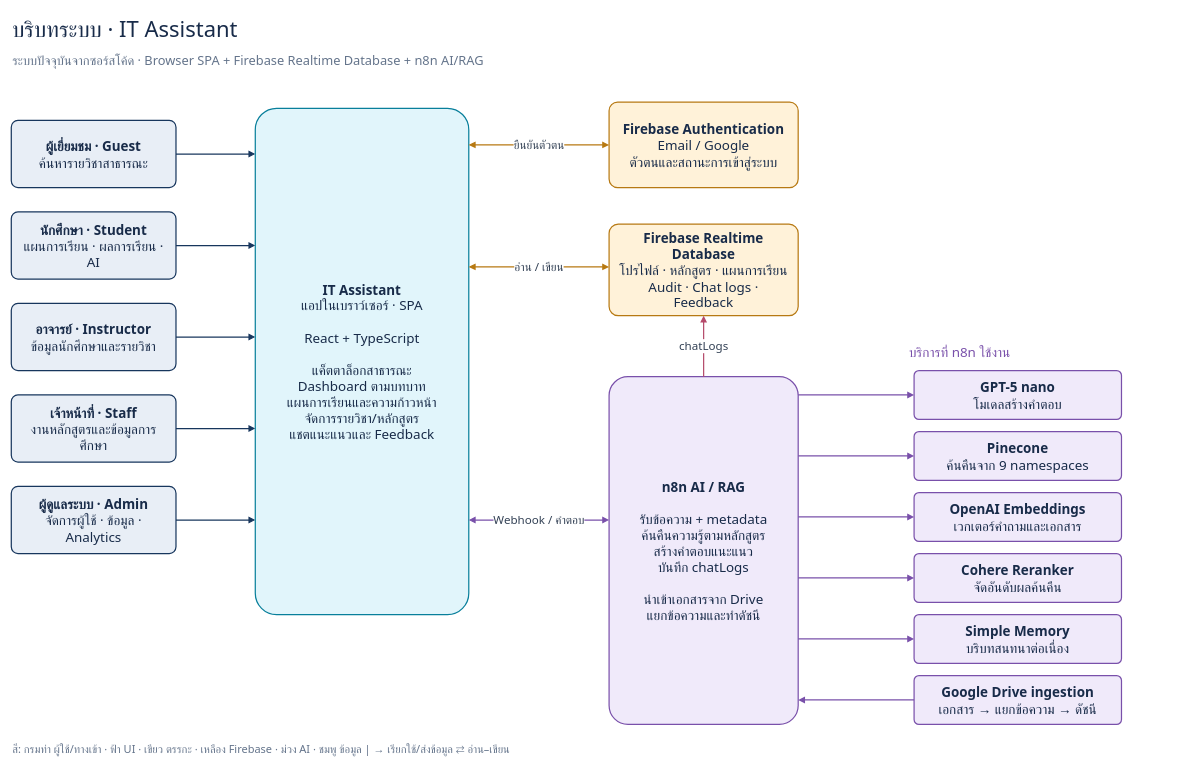
This is diagrams/diagrams2/context-diagram.drawio from kainapatkmutnb/it-course-chatbot-main, a draw.io file, before an edit. Source tidied: cells renumbered, new cells numbered last; positions are measured from the earlier drawing's top-left corner, leaving out a move shared by most shapes. Both pictures are drawn from the tidied source at 61%, with x=0, y=0 at pixel (11, 10).
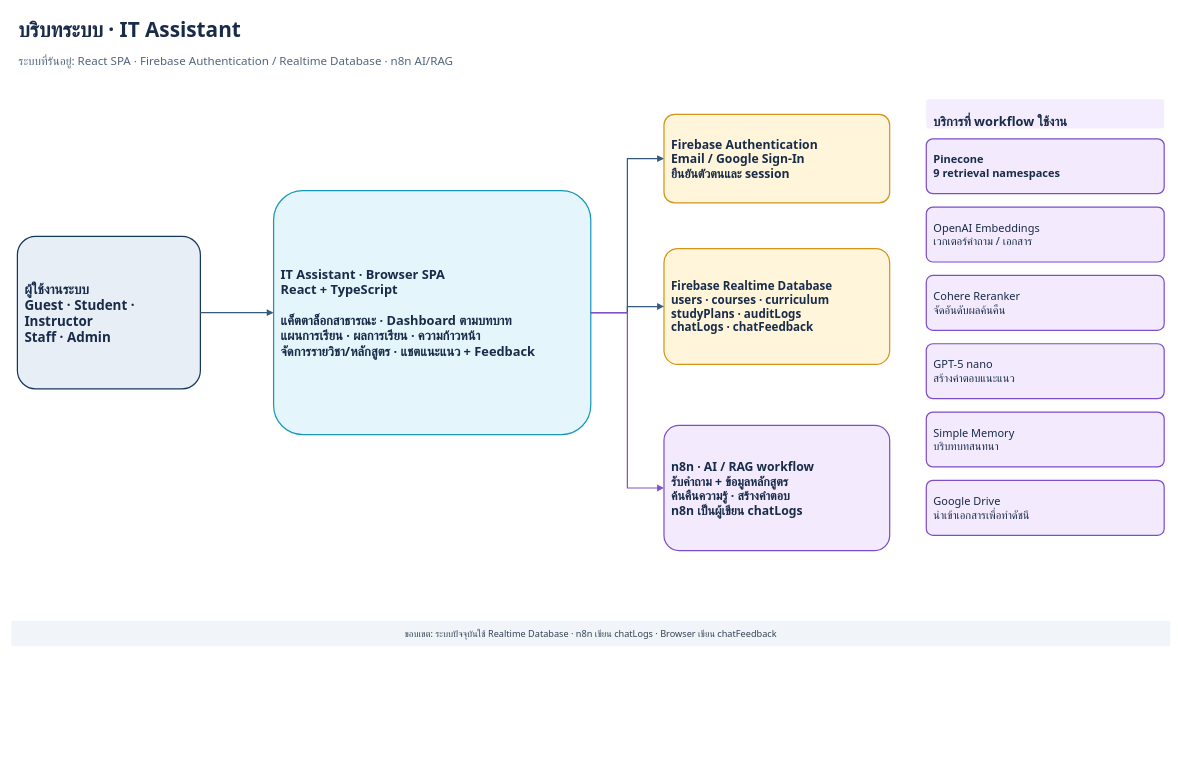
The same page after the edit.

Diff of the diagram source:
```diff
@@
-    <mxCell id="2" value="บริบทระบบ · IT Assistant" style="text;html=1;whiteSpace=wrap;strokeColor=none;fillColor=none;fontFamily=Sukhumvit Set, Tahoma, sans-serif;fontSize=36;fontColor=#182B49;align=left;verticalAlign=middle;" parent="1" vertex="1">
-      <mxGeometry width="1820" height="58" as="geometry" />
+    <mxCell id="2" value="บริบทระบบ · IT Assistant" style="text;fontSize=34;fontStyle=1;fontColor=#182B49;align=left;verticalAlign=middle;whiteSpace=wrap;html=1;fontFamily=Tahoma,Arial,sans-serif;spacing=12;" parent="1" vertex="1">
+      <mxGeometry y="2" width="1900" height="58" as="geometry" />
     </mxCell>
-    <mxCell id="3" value="ระบบปัจจุบันจากซอร์สโค้ด · Browser SPA + Firebase Realtime Database + n8n AI/RAG" style="text;html=1;whiteSpace=wrap;strokeColor=none;fillColor=none;fontFamily=Sukhumvit Set, Tahoma, sans-serif;fontSize=21;fontColor=#64748B;align=left;verticalAlign=middle;" parent="1" vertex="1">
-      <mxGeometry y="60" width="1820" height="44" as="geometry" />
+    <mxCell id="3" value="ระบบที่รันอยู่: React SPA · Firebase Authentication / Realtime Database · n8n AI/RAG" style="text;fontSize=19;fontColor=#52657D;align=left;verticalAlign=middle;whiteSpace=wrap;html=1;fontFamily=Tahoma,Arial,sans-serif;spacing=12;" parent="1" vertex="1">
+      <mxGeometry y="62" width="1900" height="42" as="geometry" />
     </mxCell>
-    <mxCell id="4" value="&lt;b&gt;ผู้เยี่ยมชม · Guest&lt;/b&gt;&lt;br&gt;ค้นหารายวิชาสาธารณะ" style="rounded=1;arcSize=10;whiteSpace=wrap;html=1;fillColor=#E8EEF6;strokeColor=#17365D;strokeWidth=2;fontFamily=Sukhumvit Set, Tahoma, sans-serif;fontSize=22;fontColor=#182B49;spacing=16;" parent="1" vertex="1">
-      <mxGeometry y="180" width="270" height="110" as="geometry" />
-    </mxCell>
-    <mxCell id="5" style="edgeStyle=none;orthogonal=1;rounded=0;html=1;strokeColor=#17365D;strokeWidth=2;endArrow=block;endFill=1;startArrow=none;startFill=1;fontFamily=Sukhumvit Set, Tahoma, sans-serif;fontSize=19;fontColor=#334155;labelBackgroundColor=#FFFFFF;spacing=6;" parent="1" edge="1">
-      <mxGeometry relative="1" as="geometry">
-        <mxPoint x="270" y="235" as="sourcePoint" />
-        <mxPoint x="400" y="235" as="targetPoint" />
-      </mxGeometry>
-    </mxCell>
-    <mxCell id="6" value="&lt;b&gt;นักศึกษา · Student&lt;/b&gt;&lt;br&gt;แผนการเรียน · ผลการเรียน · AI" style="rounded=1;arcSize=10;whiteSpace=wrap;html=1;fillColor=#E8EEF6;strokeColor=#17365D;strokeWidth=2;fontFamily=Sukhumvit Set, Tahoma, sans-serif;fontSize=22;fontColor=#182B49;spacing=16;" parent="1" vertex="1">
-      <mxGeometry y="330" width="270" height="110" as="geometry" />
-    </mxCell>
-    <mxCell id="7" style="edgeStyle=none;orthogonal=1;rounded=0;html=1;strokeColor=#17365D;strokeWidth=2;endArrow=block;endFill=1;startArrow=none;startFill=1;fontFamily=Sukhumvit Set, Tahoma, sans-serif;fontSize=19;fontColor=#334155;labelBackgroundColor=#FFFFFF;spacing=6;" parent="1" edge="1">
-      <mxGeometry relative="1" as="geometry">
-        <mxPoint x="270" y="385" as="sourcePoint" />
-        <mxPoint x="400" y="385" as="targetPoint" />
-      </mxGeometry>
-    </mxCell>
-    <mxCell id="8" value="&lt;b&gt;อาจารย์ · Instructor&lt;/b&gt;&lt;br&gt;ข้อมูลนักศึกษาและรายวิชา" style="rounded=1;arcSize=10;whiteSpace=wrap;html=1;fillColor=#E8EEF6;strokeColor=#17365D;strokeWidth=2;fontFamily=Sukhumvit Set, Tahoma, sans-serif;fontSize=22;fontColor=#182B49;spacing=16;" parent="1" vertex="1">
-      <mxGeometry y="480" width="270" height="110" as="geometry" />
-    </mxCell>
-    <mxCell id="9" style="edgeStyle=none;orthogonal=1;rounded=0;html=1;strokeColor=#17365D;strokeWidth=2;endArrow=block;endFill=1;startArrow=none;startFill=1;fontFamily=Sukhumvit Set, Tahoma, sans-serif;fontSize=19;fontColor=#334155;labelBackgroundColor=#FFFFFF;spacing=6;" parent="1" edge="1">
-      <mxGeometry relative="1" as="geometry">
-        <mxPoint x="270" y="535" as="sourcePoint" />
-        <mxPoint x="400" y="535" as="targetPoint" />
-      </mxGeometry>
-    </mxCell>
-    <mxCell id="10" value="&lt;b&gt;เจ้าหน้าที่ · Staff&lt;/b&gt;&lt;br&gt;งานหลักสูตรและข้อมูลการศึกษา" style="rounded=1;arcSize=10;whiteSpace=wrap;html=1;fillColor=#E8EEF6;strokeColor=#17365D;strokeWidth=2;fontFamily=Sukhumvit Set, Tahoma, sans-serif;fontSize=22;fontColor=#182B49;spacing=16;" parent="1" vertex="1">
-      <mxGeometry y="630" width="270" height="110" as="geometry" />
-    </mxCell>
-    <mxCell id="11" style="edgeStyle=none;orthogonal=1;rounded=0;html=1;strokeColor=#17365D;strokeWidth=2;endArrow=block;endFill=1;startArrow=none;startFill=1;fontFamily=Sukhumvit Set, Tahoma, sans-serif;fontSize=19;fontColor=#334155;labelBackgroundColor=#FFFFFF;spacing=6;" parent="1" edge="1">
-      <mxGeometry relative="1" as="geometry">
-        <mxPoint x="270" y="685" as="sourcePoint" />
-        <mxPoint x="400" y="685" as="targetPoint" />
-      </mxGeometry>
-    </mxCell>
-    <mxCell id="12" value="&lt;b&gt;ผู้ดูแลระบบ · Admin&lt;/b&gt;&lt;br&gt;จัดการผู้ใช้ · ข้อมูล · Analytics" style="rounded=1;arcSize=10;whiteSpace=wrap;html=1;fillColor=#E8EEF6;strokeColor=#17365D;strokeWidth=2;fontFamily=Sukhumvit Set, Tahoma, sans-serif;fontSize=22;fontColor=#182B49;spacing=16;" parent="1" vertex="1">
-      <mxGeometry y="780" width="270" height="110" as="geometry" />
-    </mxCell>
-    <mxCell id="13" style="edgeStyle=none;orthogonal=1;rounded=0;html=1;strokeColor=#17365D;strokeWidth=2;endArrow=block;endFill=1;startArrow=none;startFill=1;fontFamily=Sukhumvit Set, Tahoma, sans-serif;fontSize=19;fontColor=#334155;labelBackgroundColor=#FFFFFF;spacing=6;" parent="1" edge="1">
-      <mxGeometry relative="1" as="geometry">
-        <mxPoint x="270" y="835" as="sourcePoint" />
-        <mxPoint x="400" y="835" as="targetPoint" />
-      </mxGeometry>
-    </mxCell>
+    <mxCell id="36" value="ผู้ใช้งานระบบ&#10;Guest · Student · Instructor&#10;Staff · Admin" style="rounded=1;arcSize=12;fillColor=#E8EEF6;strokeColor=#17365D;strokeWidth=2;fontSize=22;fontColor=#182B49;align=left;verticalAlign=middle;fontStyle=1;whiteSpace=wrap;html=1;fontFamily=Tahoma,Arial,sans-serif;spacing=12;" parent="1" vertex="1">
+      <mxGeometry x="10" y="370" width="300" height="250" as="geometry" />
+    </mxCell>
-    <mxCell id="14" value="&lt;b&gt;IT Assistant&lt;/b&gt;&lt;br&gt;แอปในเบราว์เซอร์ · SPA&lt;br&gt;&lt;br&gt;React + TypeScript&lt;br&gt;&lt;br&gt;แค็ตตาล็อกสาธารณะ&lt;br&gt;Dashboard ตามบทบาท&lt;br&gt;แผนการเรียนและความก้าวหน้า&lt;br&gt;จัดการรายวิชา/หลักสูตร&lt;br&gt;แชตแนะแนวและ Feedback" style="rounded=1;arcSize=10;whiteSpace=wrap;html=1;fillColor=#E1F5FB;strokeColor=#087F9B;strokeWidth=2;fontFamily=Sukhumvit Set, Tahoma, sans-serif;fontSize=22;fontColor=#182B49;spacing=16;" parent="1" vertex="1">
-      <mxGeometry x="400" y="160" width="350" height="830" as="geometry" />
+    <mxCell id="14" value="IT Assistant · Browser SPA&#10;React + TypeScript&#10;&#10;แค็ตตาล็อกสาธารณะ · Dashboard ตามบทบาท&#10;แผนการเรียน · ผลการเรียน · ความก้าวหน้า&#10;จัดการรายวิชา/หลักสูตร · แชตแนะแนว + Feedback" style="rounded=1;arcSize=12;fillColor=#E4F6FB;strokeColor=#1597B8;strokeWidth=2;fontSize=21;fontColor=#182B49;align=left;verticalAlign=middle;fontStyle=1;whiteSpace=wrap;html=1;fontFamily=Tahoma,Arial,sans-serif;spacing=12;" parent="1" vertex="1">
+      <mxGeometry x="430" y="295" width="520" height="400" as="geometry" />
     </mxCell>
-    <mxCell id="15" value="&lt;b&gt;Firebase Authentication&lt;/b&gt;&lt;br&gt;Email / Google&lt;br&gt;ตัวตนและสถานะการเข้าสู่ระบบ" style="rounded=1;arcSize=10;whiteSpace=wrap;html=1;fillColor=#FFF2D9;strokeColor=#B77912;strokeWidth=2;fontFamily=Sukhumvit Set, Tahoma, sans-serif;fontSize=22;fontColor=#182B49;spacing=16;" parent="1" vertex="1">
-      <mxGeometry x="980" y="150" width="310" height="140" as="geometry" />
+    <mxCell id="15" value="Firebase Authentication&#10;Email / Google Sign-In&#10;ยืนยันตัวตนและ session" style="rounded=1;arcSize=12;fillColor=#FFF5DB;strokeColor=#D39418;strokeWidth=2;fontSize=20;fontColor=#182B49;align=left;verticalAlign=middle;fontStyle=1;whiteSpace=wrap;html=1;fontFamily=Tahoma,Arial,sans-serif;spacing=12;" parent="1" vertex="1">
+      <mxGeometry x="1070" y="170" width="370" height="145" as="geometry" />
     </mxCell>
-    <mxCell id="16" value="&lt;b&gt;Firebase Realtime Database&lt;/b&gt;&lt;br&gt;โปรไฟล์ · หลักสูตร · แผนการเรียน&lt;br&gt;Audit · Chat logs · Feedback" style="rounded=1;arcSize=10;whiteSpace=wrap;html=1;fillColor=#FFF2D9;strokeColor=#B77912;strokeWidth=2;fontFamily=Sukhumvit Set, Tahoma, sans-serif;fontSize=22;fontColor=#182B49;spacing=16;" parent="1" vertex="1">
-      <mxGeometry x="980" y="350" width="310" height="150" as="geometry" />
-    </mxCell>
-    <mxCell id="17" value="ยืนยันตัวตน" style="edgeStyle=none;orthogonal=1;rounded=0;html=1;strokeColor=#B77912;strokeWidth=2;endArrow=block;endFill=1;startArrow=block;startFill=1;fontFamily=Sukhumvit Set, Tahoma, sans-serif;fontSize=19;fontColor=#334155;labelBackgroundColor=#FFFFFF;spacing=6;" parent="1" edge="1">
-      <mxGeometry relative="1" as="geometry">
-        <mxPoint x="750" y="220" as="sourcePoint" />
-        <mxPoint x="980" y="220" as="targetPoint" />
-      </mxGeometry>
-    </mxCell>
-    <mxCell id="18" value="อ่าน / เขียน" style="edgeStyle=none;orthogonal=1;rounded=0;html=1;strokeColor=#B77912;strokeWidth=2;endArrow=block;endFill=1;startArrow=block;startFill=1;fontFamily=Sukhumvit Set, Tahoma, sans-serif;fontSize=19;fontColor=#334155;labelBackgroundColor=#FFFFFF;spacing=6;" parent="1" edge="1">
-      <mxGeometry relative="1" as="geometry">
-        <mxPoint x="750" y="420" as="sourcePoint" />
-        <mxPoint x="980" y="420" as="targetPoint" />
-      </mxGeometry>
-    </mxCell>
+    <mxCell id="37" value="Firebase Realtime Database&#10;users · courses · curriculum&#10;studyPlans · auditLogs&#10;chatLogs · chatFeedback" style="rounded=1;arcSize=12;fillColor=#FFF5DB;strokeColor=#D39418;strokeWidth=2;fontSize=19;fontColor=#182B49;align=left;verticalAlign=middle;fontStyle=1;whiteSpace=wrap;html=1;fontFamily=Tahoma,Arial,sans-serif;spacing=12;" parent="1" vertex="1">
+      <mxGeometry x="1070" y="390" width="370" height="190" as="geometry" />
+    </mxCell>
-    <mxCell id="19" value="&lt;b&gt;n8n AI / RAG&lt;/b&gt;&lt;br&gt;&lt;br&gt;รับข้อความ + metadata&lt;br&gt;ค้นคืนความรู้ตามหลักสูตร&lt;br&gt;สร้างคำตอบแนะแนว&lt;br&gt;บันทึก chatLogs&lt;br&gt;&lt;br&gt;นำเข้าเอกสารจาก Drive&lt;br&gt;แยกข้อความและทำดัชนี" style="rounded=1;arcSize=10;whiteSpace=wrap;html=1;fillColor=#F0EAFA;strokeColor=#7950AA;strokeWidth=2;fontFamily=Sukhumvit Set, Tahoma, sans-serif;fontSize=22;fontColor=#182B49;spacing=16;" parent="1" vertex="1">
-      <mxGeometry x="980" y="600" width="310" height="570" as="geometry" />
+    <mxCell id="19" value="n8n · AI / RAG workflow&#10;รับคำถาม + ข้อมูลหลักสูตร&#10;ค้นคืนความรู้ · สร้างคำตอบ&#10;n8n เป็นผู้เขียน chatLogs" style="rounded=1;arcSize=12;fillColor=#F3EAFE;strokeColor=#7C4DCC;strokeWidth=2;fontSize=20;fontColor=#182B49;align=left;verticalAlign=middle;fontStyle=1;whiteSpace=wrap;html=1;fontFamily=Tahoma,Arial,sans-serif;spacing=12;" parent="1" vertex="1">
+      <mxGeometry x="1070" y="680" width="370" height="205" as="geometry" />
     </mxCell>
-    <mxCell id="20" value="Webhook / คำตอบ" style="edgeStyle=none;orthogonal=1;rounded=0;html=1;strokeColor=#7950AA;strokeWidth=2;endArrow=block;endFill=1;startArrow=block;startFill=1;fontFamily=Sukhumvit Set, Tahoma, sans-serif;fontSize=19;fontColor=#334155;labelBackgroundColor=#FFFFFF;spacing=6;" parent="1" edge="1">
-      <mxGeometry relative="1" as="geometry">
-        <mxPoint x="750" y="835" as="sourcePoint" />
-        <mxPoint x="980" y="835" as="targetPoint" />
-      </mxGeometry>
-    </mxCell>
-    <mxCell id="21" value="chatLogs" style="edgeStyle=none;orthogonal=1;rounded=0;html=1;strokeColor=#B54B6B;strokeWidth=2;endArrow=block;endFill=1;startArrow=none;startFill=1;fontFamily=Sukhumvit Set, Tahoma, sans-serif;fontSize=19;fontColor=#334155;labelBackgroundColor=#FFFFFF;spacing=6;" parent="1" edge="1">
-      <mxGeometry relative="1" as="geometry">
-        <mxPoint x="1135" y="600" as="sourcePoint" />
-        <mxPoint x="1135" y="500" as="targetPoint" />
-      </mxGeometry>
-    </mxCell>
+    <mxCell id="38" value="บริการที่ workflow ใช้งาน" style="rounded=1;arcSize=8;fillColor=#F4EDFF;strokeColor=none;fontSize=21;fontStyle=1;fontColor=#182B49;align=left;verticalAlign=top;spacingTop=8;whiteSpace=wrap;html=1;fontFamily=Tahoma,Arial,sans-serif;spacing=12;" parent="1" vertex="1">
+      <mxGeometry x="1500" y="145" width="390" height="48" as="geometry" />
+    </mxCell>
-    <mxCell id="22" value="&lt;b&gt;GPT-5 nano&lt;/b&gt;&lt;br&gt;โมเดลสร้างคำตอบ" style="rounded=1;arcSize=10;whiteSpace=wrap;html=1;fillColor=#F0EAFA;strokeColor=#7950AA;strokeWidth=2;fontFamily=Sukhumvit Set, Tahoma, sans-serif;fontSize=22;fontColor=#182B49;spacing=16;" parent="1" vertex="1">
-      <mxGeometry x="1480" y="590" width="340" height="80" as="geometry" />
+    <mxCell id="22" value="Pinecone&#10;9 retrieval namespaces" style="rounded=1;arcSize=12;fillColor=#F3EAFE;strokeColor=#7C4DCC;strokeWidth=2;fontSize=18;fontColor=#182B49;align=left;verticalAlign=middle;fontStyle=1;whiteSpace=wrap;html=1;fontFamily=Tahoma,Arial,sans-serif;spacing=12;" parent="1" vertex="1">
+      <mxGeometry x="1500" y="210" width="390" height="90" as="geometry" />
     </mxCell>
-    <mxCell id="23" style="edgeStyle=none;orthogonal=1;rounded=0;html=1;strokeColor=#7950AA;strokeWidth=2;endArrow=block;endFill=1;startArrow=none;startFill=1;fontFamily=Sukhumvit Set, Tahoma, sans-serif;fontSize=19;fontColor=#334155;labelBackgroundColor=#FFFFFF;spacing=6;" parent="1" edge="1">
-      <mxGeometry relative="1" as="geometry">
-        <mxPoint x="1290" y="630" as="sourcePoint" />
-        <mxPoint x="1480" y="630" as="targetPoint" />
-      </mxGeometry>
-    </mxCell>
-    <mxCell id="24" value="&lt;b&gt;Pinecone&lt;/b&gt;&lt;br&gt;ค้นคืนจาก 9 namespaces" style="rounded=1;arcSize=10;whiteSpace=wrap;html=1;fillColor=#F0EAFA;strokeColor=#7950AA;strokeWidth=2;fontFamily=Sukhumvit Set, Tahoma, sans-serif;fontSize=22;fontColor=#182B49;spacing=16;" parent="1" vertex="1">
-      <mxGeometry x="1480" y="690" width="340" height="80" as="geometry" />
+    <mxCell id="24" value="OpenAI Embeddings&#10;เวกเตอร์คำถาม / เอกสาร" style="rounded=1;arcSize=12;fillColor=#F3EAFE;strokeColor=#7C4DCC;strokeWidth=2;fontSize=18;fontColor=#182B49;align=left;verticalAlign=middle;whiteSpace=wrap;html=1;fontFamily=Tahoma,Arial,sans-serif;spacing=12;" parent="1" vertex="1">
+      <mxGeometry x="1500" y="322" width="390" height="90" as="geometry" />
     </mxCell>
-    <mxCell id="25" style="edgeStyle=none;orthogonal=1;rounded=0;html=1;strokeColor=#7950AA;strokeWidth=2;endArrow=block;endFill=1;startArrow=none;startFill=1;fontFamily=Sukhumvit Set, Tahoma, sans-serif;fontSize=19;fontColor=#334155;labelBackgroundColor=#FFFFFF;spacing=6;" parent="1" edge="1">
-      <mxGeometry relative="1" as="geometry">
-        <mxPoint x="1290" y="730" as="sourcePoint" />
-        <mxPoint x="1480" y="730" as="targetPoint" />
-      </mxGeometry>
-    </mxCell>
-    <mxCell id="26" value="&lt;b&gt;OpenAI Embeddings&lt;/b&gt;&lt;br&gt;เวกเตอร์คำถามและเอกสาร" style="rounded=1;arcSize=10;whiteSpace=wrap;html=1;fillColor=#F0EAFA;strokeColor=#7950AA;strokeWidth=2;fontFamily=Sukhumvit Set, Tahoma, sans-serif;fontSize=22;fontColor=#182B49;spacing=16;" parent="1" vertex="1">
-      <mxGeometry x="1480" y="790" width="340" height="80" as="geometry" />
+    <mxCell id="26" value="Cohere Reranker&#10;จัดอันดับผลค้นคืน" style="rounded=1;arcSize=12;fillColor=#F3EAFE;strokeColor=#7C4DCC;strokeWidth=2;fontSize=18;fontColor=#182B49;align=left;verticalAlign=middle;whiteSpace=wrap;html=1;fontFamily=Tahoma,Arial,sans-serif;spacing=12;" parent="1" vertex="1">
+      <mxGeometry x="1500" y="434" width="390" height="90" as="geometry" />
     </mxCell>
-    <mxCell id="27" style="edgeStyle=none;orthogonal=1;rounded=0;html=1;strokeColor=#7950AA;strokeWidth=2;endArrow=block;endFill=1;startArrow=none;startFill=1;fontFamily=Sukhumvit Set, Tahoma, sans-serif;fontSize=19;fontColor=#334155;labelBackgroundColor=#FFFFFF;spacing=6;" parent="1" edge="1">
-      <mxGeometry relative="1" as="geometry">
-        <mxPoint x="1290" y="830" as="sourcePoint" />
-        <mxPoint x="1480" y="830" as="targetPoint" />
-      </mxGeometry>
-    </mxCell>
-    <mxCell id="28" value="&lt;b&gt;Cohere Reranker&lt;/b&gt;&lt;br&gt;จัดอันดับผลค้นคืน" style="rounded=1;arcSize=10;whiteSpace=wrap;html=1;fillColor=#F0EAFA;strokeColor=#7950AA;strokeWidth=2;fontFamily=Sukhumvit Set, Tahoma, sans-serif;fontSize=22;fontColor=#182B49;spacing=16;" parent="1" vertex="1">
-      <mxGeometry x="1480" y="890" width="340" height="80" as="geometry" />
+    <mxCell id="28" value="GPT-5 nano&#10;สร้างคำตอบแนะแนว" style="rounded=1;arcSize=12;fillColor=#F3EAFE;strokeColor=#7C4DCC;strokeWidth=2;fontSize=18;fontColor=#182B49;align=left;verticalAlign=middle;whiteSpace=wrap;html=1;fontFamily=Tahoma,Arial,sans-serif;spacing=12;" parent="1" vertex="1">
+      <mxGeometry x="1500" y="546" width="390" height="90" as="geometry" />
     </mxCell>
-    <mxCell id="29" style="edgeStyle=none;orthogonal=1;rounded=0;html=1;strokeColor=#7950AA;strokeWidth=2;endArrow=block;endFill=1;startArrow=none;startFill=1;fontFamily=Sukhumvit Set, Tahoma, sans-serif;fontSize=19;fontColor=#334155;labelBackgroundColor=#FFFFFF;spacing=6;" parent="1" edge="1">
-      <mxGeometry relative="1" as="geometry">
-        <mxPoint x="1290" y="930" as="sourcePoint" />
-        <mxPoint x="1480" y="930" as="targetPoint" />
-      </mxGeometry>
-    </mxCell>
-    <mxCell id="30" value="&lt;b&gt;Simple Memory&lt;/b&gt;&lt;br&gt;บริบทสนทนาต่อเนื่อง" style="rounded=1;arcSize=10;whiteSpace=wrap;html=1;fillColor=#F0EAFA;strokeColor=#7950AA;strokeWidth=2;fontFamily=Sukhumvit Set, Tahoma, sans-serif;fontSize=22;fontColor=#182B49;spacing=16;" parent="1" vertex="1">
-      <mxGeometry x="1480" y="990" width="340" height="80" as="geometry" />
+    <mxCell id="30" value="Simple Memory&#10;บริบทบทสนทนา" style="rounded=1;arcSize=12;fillColor=#F3EAFE;strokeColor=#7C4DCC;strokeWidth=2;fontSize=18;fontColor=#182B49;align=left;verticalAlign=middle;whiteSpace=wrap;html=1;fontFamily=Tahoma,Arial,sans-serif;spacing=12;" parent="1" vertex="1">
+      <mxGeometry x="1500" y="658" width="390" height="90" as="geometry" />
     </mxCell>
-    <mxCell id="31" style="edgeStyle=none;orthogonal=1;rounded=0;html=1;strokeColor=#7950AA;strokeWidth=2;endArrow=block;endFill=1;startArrow=none;startFill=1;fontFamily=Sukhumvit Set, Tahoma, sans-serif;fontSize=19;fontColor=#334155;labelBackgroundColor=#FFFFFF;spacing=6;" parent="1" edge="1">
-      <mxGeometry relative="1" as="geometry">
-        <mxPoint x="1290" y="1030" as="sourcePoint" />
-        <mxPoint x="1480" y="1030" as="targetPoint" />
-      </mxGeometry>
-    </mxCell>
-    <mxCell id="32" value="&lt;b&gt;Google Drive ingestion&lt;/b&gt;&lt;br&gt;เอกสาร → แยกข้อความ → ดัชนี" style="rounded=1;arcSize=10;whiteSpace=wrap;html=1;fillColor=#F0EAFA;strokeColor=#7950AA;strokeWidth=2;fontFamily=Sukhumvit Set, Tahoma, sans-serif;fontSize=22;fontColor=#182B49;spacing=16;" parent="1" vertex="1">
-      <mxGeometry x="1480" y="1090" width="340" height="80" as="geometry" />
+    <mxCell id="32" value="Google Drive&#10;นำเข้าเอกสารเพื่อทำดัชนี" style="rounded=1;arcSize=12;fillColor=#F3EAFE;strokeColor=#7C4DCC;strokeWidth=2;fontSize=18;fontColor=#182B49;align=left;verticalAlign=middle;whiteSpace=wrap;html=1;fontFamily=Tahoma,Arial,sans-serif;spacing=12;" parent="1" vertex="1">
+      <mxGeometry x="1500" y="770" width="390" height="90" as="geometry" />
     </mxCell>
-    <mxCell id="33" style="edgeStyle=none;orthogonal=1;rounded=0;html=1;strokeColor=#7950AA;strokeWidth=2;endArrow=block;endFill=1;startArrow=none;startFill=1;fontFamily=Sukhumvit Set, Tahoma, sans-serif;fontSize=19;fontColor=#334155;labelBackgroundColor=#FFFFFF;spacing=6;" parent="1" edge="1">
-      <mxGeometry relative="1" as="geometry">
-        <mxPoint x="1480" y="1130" as="sourcePoint" />
-        <mxPoint x="1290" y="1130" as="targetPoint" />
-      </mxGeometry>
-    </mxCell>
-    <mxCell id="34" value="บริการที่ n8n ใช้งาน" style="text;html=1;whiteSpace=wrap;strokeColor=none;fillColor=none;fontFamily=Sukhumvit Set, Tahoma, sans-serif;fontSize=22;fontColor=#7950AA;align=left;verticalAlign=middle;" parent="1" vertex="1">
-      <mxGeometry x="1470" y="540" width="350" height="40" as="geometry" />
-    </mxCell>
+    <mxCell id="39" style="edgeStyle=orthogonalEdgeStyle;rounded=0;orthogonal=1;jettySize=auto;html=1;strokeColor=#365A7C;strokeWidth=2;endArrow=block;endFill=1;startArrow=none;startFill=1;fontFamily=Tahoma,Arial,sans-serif;fontSize=15;fontColor=#334155;labelBackgroundColor=#FFFFFF;" parent="1" edge="1" source="36" target="14">
+      <mxGeometry relative="1" as="geometry" />
+    </mxCell>
+    <mxCell id="40" style="edgeStyle=orthogonalEdgeStyle;rounded=0;orthogonal=1;jettySize=auto;html=1;strokeColor=#365A7C;strokeWidth=2;endArrow=block;endFill=1;startArrow=none;startFill=1;fontFamily=Tahoma,Arial,sans-serif;fontSize=15;fontColor=#334155;labelBackgroundColor=#FFFFFF;" parent="1" edge="1" source="14" target="15">
+      <mxGeometry relative="1" as="geometry" />
+    </mxCell>
+    <mxCell id="41" style="edgeStyle=orthogonalEdgeStyle;rounded=0;orthogonal=1;jettySize=auto;html=1;strokeColor=#365A7C;strokeWidth=2;endArrow=block;endFill=1;startArrow=none;startFill=1;fontFamily=Tahoma,Arial,sans-serif;fontSize=15;fontColor=#334155;labelBackgroundColor=#FFFFFF;" parent="1" edge="1" source="14" target="37">
+      <mxGeometry relative="1" as="geometry" />
+    </mxCell>
+    <mxCell id="42" style="edgeStyle=orthogonalEdgeStyle;rounded=0;orthogonal=1;jettySize=auto;html=1;strokeColor=#8152C7;strokeWidth=2;endArrow=block;endFill=1;startArrow=none;startFill=1;fontFamily=Tahoma,Arial,sans-serif;fontSize=15;fontColor=#334155;labelBackgroundColor=#FFFFFF;" parent="1" edge="1" source="14" target="19">
+      <mxGeometry relative="1" as="geometry" />
+    </mxCell>
-    <mxCell id="35" value="สี: กรมท่า ผู้ใช้/ทางเข้า · ฟ้า UI · เขียว ตรรกะ · เหลือง Firebase · ม่วง AI · ชมพู ข้อมูล   |   → เรียกใช้/ส่งข้อมูล   ⇄ อ่าน–เขียน" style="text;html=1;whiteSpace=wrap;strokeColor=none;fillColor=none;fontFamily=Sukhumvit Set, Tahoma, sans-serif;fontSize=18;fontColor=#64748B;align=left;verticalAlign=middle;" parent="1" vertex="1">
-      <mxGeometry y="1185" width="1820" height="50" as="geometry" />
+    <mxCell id="35" value="ขอบเขต: ระบบปัจจุบันใช้ Realtime Database  ·  n8n เขียน chatLogs  ·  Browser เขียน chatFeedback" style="rounded=1;arcSize=6;fillColor=#F1F5F9;strokeColor=none;fontSize=15;fontColor=#334155;align=center;verticalAlign=middle;whiteSpace=wrap;html=1;fontFamily=Tahoma,Arial,sans-serif;spacing=12;" parent="1" vertex="1">
+      <mxGeometry y="1000" width="1900" height="42" as="geometry" />
     </mxCell>
```
